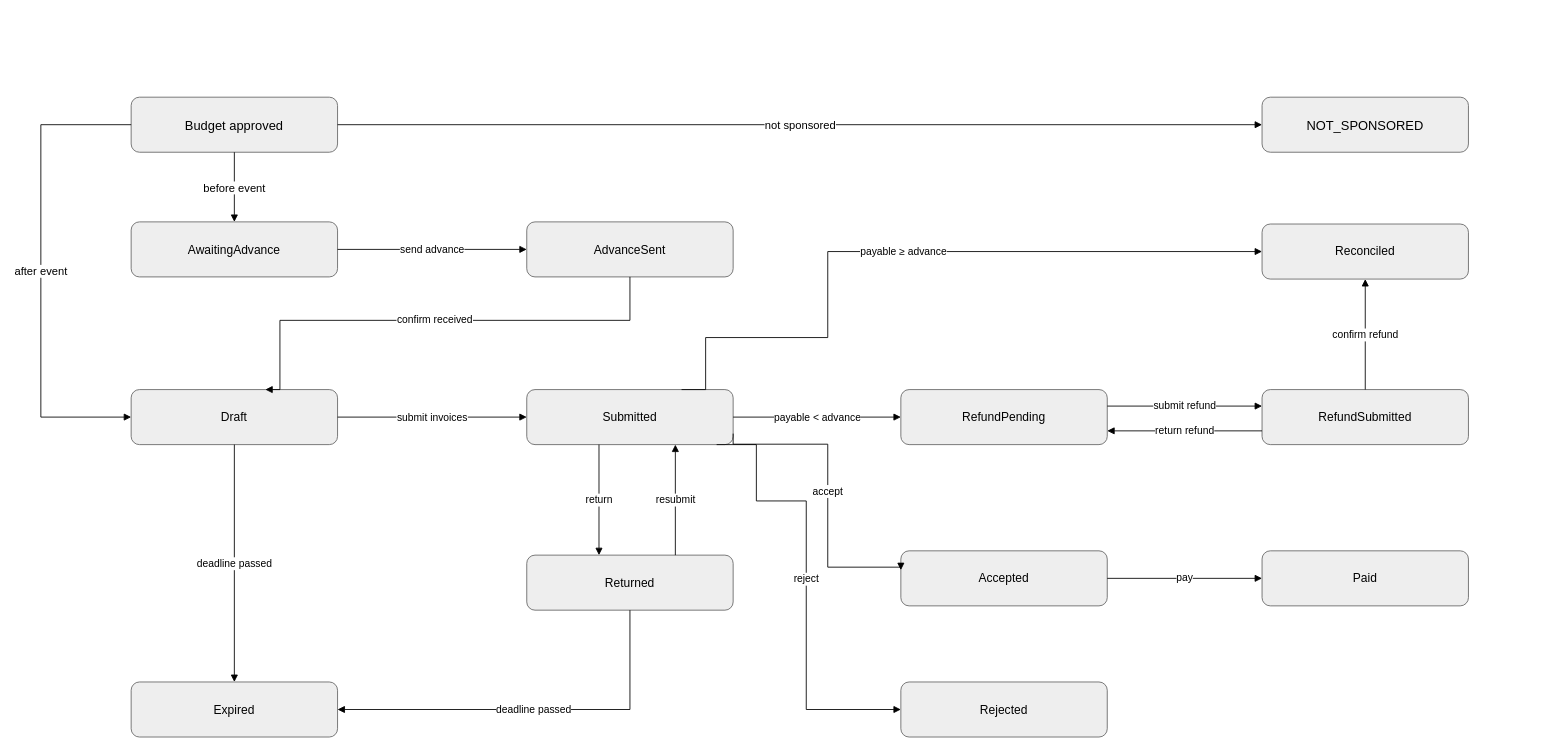
The draw.io diagram page "Event Budget" (7 of 9) of docs/03-diagrams/UCMS_State_Diagrams.drawio in nvdekay/ClubManagementSystem, before the edit. Source tidied: cells renumbered, new cells numbered last; positions are measured from the earlier drawing's top-left corner, leaving out a move shared by most shapes. Both pictures are drawn from the tidied source at 86%, with x=0, y=0 at pixel (40, 97).
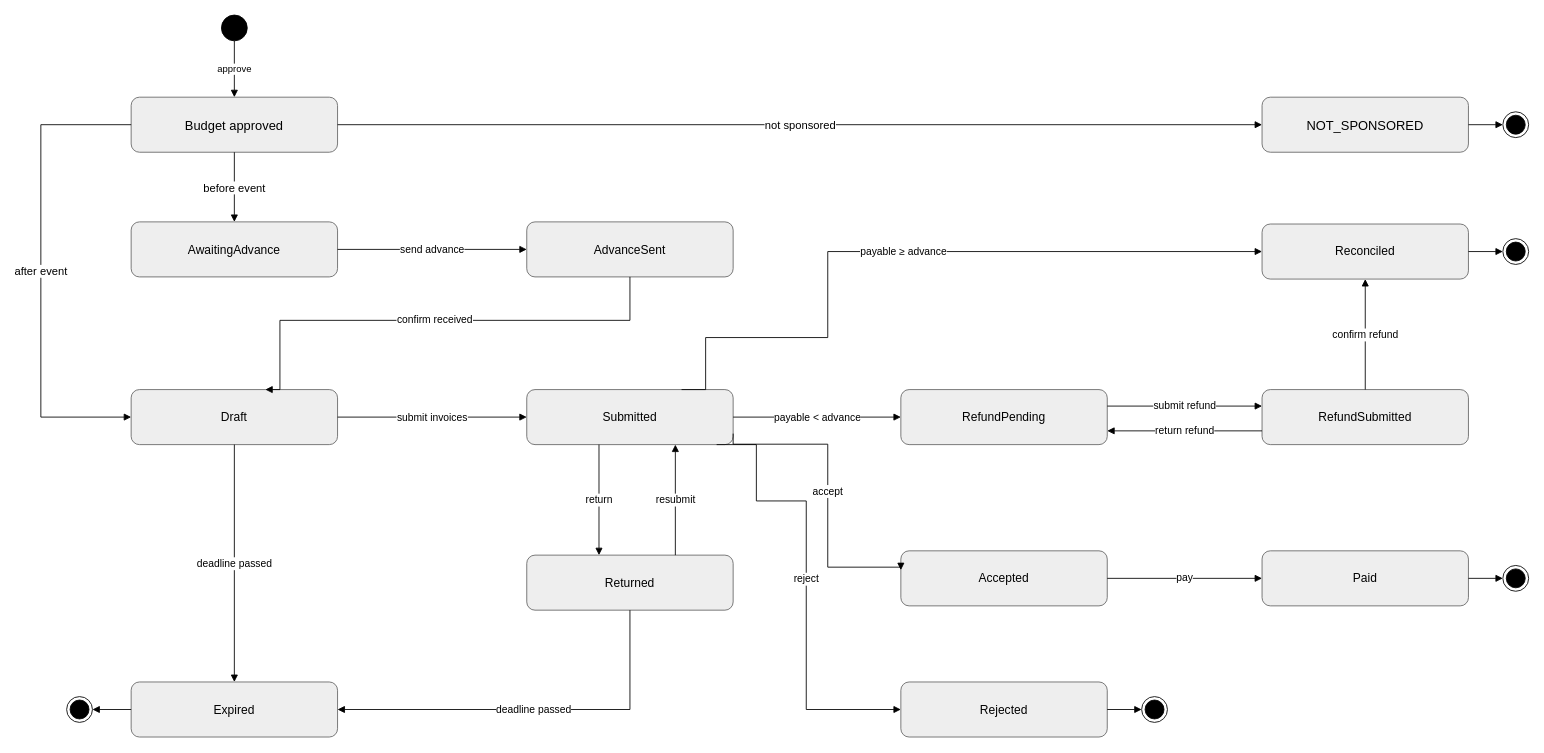
Above is the later version.

Unchanged cells that the change refers to:
```xml
<mxCell id="2" value="Budget approved" style="rounded=1;whiteSpace=wrap;html=1;fontSize=15;fillColor=#eeeeee;strokeColor=#666666;" parent="1" vertex="1">
  <mxGeometry x="105" y="-0.5" width="240" height="64" as="geometry" />
</mxCell>
<mxCell id="3" value="NOT_SPONSORED" style="rounded=1;whiteSpace=wrap;html=1;fontSize=15;fillColor=#eeeeee;strokeColor=#666666;" parent="1" vertex="1">
  <mxGeometry x="1420" y="-0.5" width="240" height="64" as="geometry" />
</mxCell>
<mxCell id="9" value="Expired" style="rounded=1;whiteSpace=wrap;html=1;fontSize=14;fillColor=#eeeeee;strokeColor=#666666;" parent="1" vertex="1">
  <mxGeometry x="105" y="679.5" width="240" height="64" as="geometry" />
</mxCell>
<mxCell id="10" value="Reconciled" style="rounded=1;whiteSpace=wrap;html=1;fontSize=14;fillColor=#eeeeee;strokeColor=#666666;" parent="1" vertex="1">
  <mxGeometry x="1420" y="147" width="240" height="64" as="geometry" />
</mxCell>
<mxCell id="14" value="Paid" style="rounded=1;whiteSpace=wrap;html=1;fontSize=14;fillColor=#eeeeee;strokeColor=#666666;" parent="1" vertex="1">
  <mxGeometry x="1420" y="527" width="240" height="64" as="geometry" />
</mxCell>
<mxCell id="15" value="Rejected" style="rounded=1;whiteSpace=wrap;html=1;fontSize=14;fillColor=#eeeeee;strokeColor=#666666;" parent="1" vertex="1">
  <mxGeometry x="1000" y="679.5" width="240" height="64" as="geometry" />
</mxCell>
```

The edit, as a diff of the source:
```diff
@@
+    <mxCell id="34" style="ellipse;html=1;fillColor=#000000;strokeColor=#000000;" parent="1" vertex="1">
+      <mxGeometry x="210" y="-96" width="30" height="30" as="geometry" />
+    </mxCell>
+    <mxCell id="35" value="approve" style="endArrow=block;endFill=1;html=1;rounded=0;fontSize=11;labelBackgroundColor=#ffffff;" parent="1" edge="1" source="34" target="2">
+      <mxGeometry relative="1" as="geometry" />
+    </mxCell>
+    <mxCell id="36" style="ellipse;html=1;shape=endState;fillColor=#000000;strokeColor=#000000;" parent="1" vertex="1">
+      <mxGeometry x="1700" y="16.5" width="30" height="30" as="geometry" />
+    </mxCell>
+    <mxCell id="37" style="endArrow=block;endFill=1;html=1;rounded=0;fontSize=11;labelBackgroundColor=#ffffff;" parent="1" edge="1" source="3" target="36">
+      <mxGeometry relative="1" as="geometry" />
+    </mxCell>
+    <mxCell id="38" style="ellipse;html=1;shape=endState;fillColor=#000000;strokeColor=#000000;" parent="1" vertex="1">
+      <mxGeometry x="1700" y="164" width="30" height="30" as="geometry" />
+    </mxCell>
+    <mxCell id="39" style="endArrow=block;endFill=1;html=1;rounded=0;fontSize=11;labelBackgroundColor=#ffffff;" parent="1" edge="1" source="10" target="38">
+      <mxGeometry relative="1" as="geometry" />
+    </mxCell>
+    <mxCell id="40" style="ellipse;html=1;shape=endState;fillColor=#000000;strokeColor=#000000;" parent="1" vertex="1">
+      <mxGeometry x="1700" y="544" width="30" height="30" as="geometry" />
+    </mxCell>
+    <mxCell id="41" style="endArrow=block;endFill=1;html=1;rounded=0;fontSize=11;labelBackgroundColor=#ffffff;" parent="1" edge="1" source="14" target="40">
+      <mxGeometry relative="1" as="geometry" />
+    </mxCell>
+    <mxCell id="42" style="ellipse;html=1;shape=endState;fillColor=#000000;strokeColor=#000000;" parent="1" vertex="1">
+      <mxGeometry x="1280" y="696.5" width="30" height="30" as="geometry" />
+    </mxCell>
+    <mxCell id="43" style="endArrow=block;endFill=1;html=1;rounded=0;fontSize=11;labelBackgroundColor=#ffffff;" parent="1" edge="1" source="15" target="42">
+      <mxGeometry relative="1" as="geometry" />
+    </mxCell>
+    <mxCell id="44" style="ellipse;html=1;shape=endState;fillColor=#000000;strokeColor=#000000;" parent="1" vertex="1">
+      <mxGeometry x="30" y="696.5" width="30" height="30" as="geometry" />
+    </mxCell>
+    <mxCell id="45" style="endArrow=block;endFill=1;html=1;rounded=0;fontSize=11;labelBackgroundColor=#ffffff;" parent="1" edge="1" source="9" target="44">
+      <mxGeometry relative="1" as="geometry" />
+    </mxCell>
```
